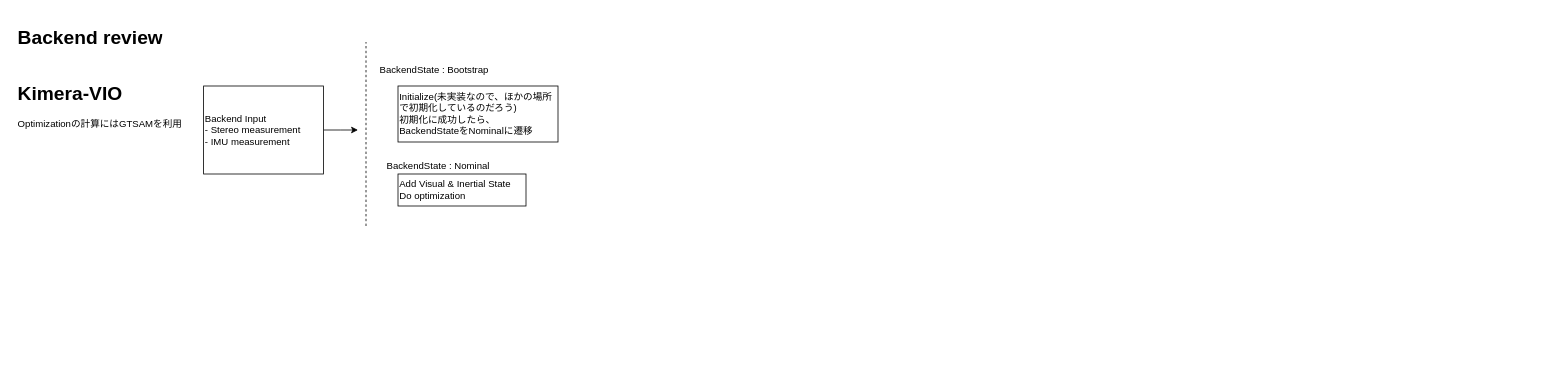
Before: page "Backend review" (3 of 3) of docs/figs/VisionBackend.drawio in eryeden/vi-slam, a draw.io diagram. Source tidied: cells renumbered, new cells numbered last; positions are measured from the earlier drawing's top-left corner, leaving out a move shared by most shapes. Both pictures are drawn from the tidied source at 80%, with x=0, y=0 at pixel (14, 22).
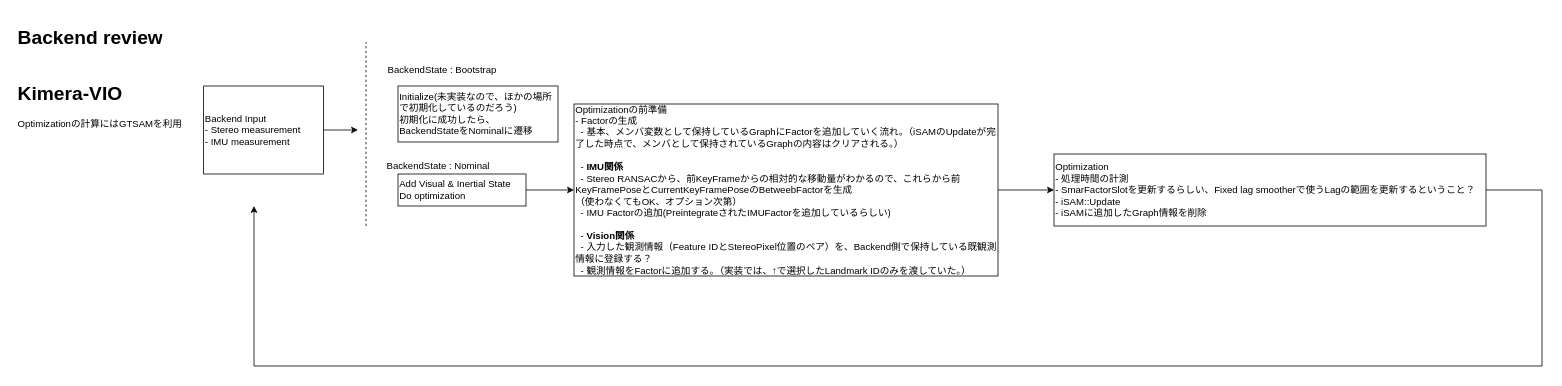
The same page after the edit.

Diff of the diagram source:
```diff
@@
 <mxGraphModel>
   <root>
     <mxCell id="0" />
     <mxCell id="1" parent="0" />
     <mxCell id="2" value="&lt;h1&gt;Backend review&lt;/h1&gt;" style="text;html=1;strokeColor=none;fillColor=none;spacing=5;spacingTop=-20;whiteSpace=wrap;overflow=hidden;rounded=0;" parent="1" vertex="1">
       <mxGeometry width="260" height="40" as="geometry" />
     </mxCell>
     <mxCell id="3" value="&lt;h1&gt;Kimera-VIO&lt;/h1&gt;&lt;p&gt;Optimizationの計算にはGTSAMを利用&lt;/p&gt;" style="text;html=1;strokeColor=none;fillColor=none;spacing=5;spacingTop=-20;whiteSpace=wrap;overflow=hidden;rounded=0;" parent="1" vertex="1">
       <mxGeometry y="70" width="240" height="80" as="geometry" />
     </mxCell>
     <mxCell id="4" style="edgeStyle=orthogonalEdgeStyle;rounded=0;jettySize=auto;html=1;endArrow=classic;endFill=1;fontColor=#000000;" parent="1" edge="1" source="5">
       <mxGeometry relative="1" as="geometry">
         <mxPoint x="430" y="135" as="targetPoint" />
       </mxGeometry>
     </mxCell>
     <mxCell id="5" value="Backend Input&lt;br&gt;- Stereo measurement&lt;br&gt;- IMU measurement" style="rounded=0;whiteSpace=wrap;html=1;fillColor=#FFFFFF;align=left;fontColor=#000000;" parent="1" vertex="1">
       <mxGeometry x="237" y="80" width="150" height="110" as="geometry" />
     </mxCell>
     <mxCell id="6" value="BackendState : Bootstrap" style="text;html=1;align=center;verticalAlign=middle;fontColor=#000000;" parent="1" vertex="1">
-      <mxGeometry x="450" y="50" width="150" height="20" as="geometry" />
+      <mxGeometry x="460" y="50" width="150" height="20" as="geometry" />
     </mxCell>
     <mxCell id="7" value="BackendState : Nominal" style="text;html=1;align=center;verticalAlign=middle;fontColor=#000000;" parent="1" vertex="1">
       <mxGeometry x="460" y="170" width="140" height="20" as="geometry" />
     </mxCell>
     <mxCell id="8" value="Initialize(未実装なので、ほかの場所で初期化しているのだろう)&lt;br&gt;初期化に成功したら、&lt;br&gt;BackendStateをNominalに遷移" style="rounded=0;whiteSpace=wrap;html=1;fillColor=#FFFFFF;align=left;fontColor=#000000;" parent="1" vertex="1">
       <mxGeometry x="480" y="80" width="200" height="70" as="geometry" />
     </mxCell>
+    <mxCell id="11" style="edgeStyle=orthogonalEdgeStyle;rounded=0;jettySize=auto;html=1;endArrow=classic;endFill=1;fontColor=#000000;" parent="1" edge="1" source="9" target="13">
+      <mxGeometry relative="1" as="geometry" />
+    </mxCell>
     <mxCell id="9" value="Add Visual &amp;amp; Inertial State&lt;br&gt;Do optimization" style="rounded=0;whiteSpace=wrap;html=1;fillColor=#FFFFFF;align=left;fontColor=#000000;" parent="1" vertex="1">
       <mxGeometry x="480" y="190" width="160" height="40" as="geometry" />
     </mxCell>
     <mxCell id="10" style="endArrow=none;dashed=1;html=1;fontColor=#000000;" parent="1" edge="1">
       <mxGeometry relative="1" as="geometry">
         <mxPoint x="440" y="255" as="sourcePoint" />
         <mxPoint x="440" y="25" as="targetPoint" />
       </mxGeometry>
     </mxCell>
+    <mxCell id="12" style="edgeStyle=orthogonalEdgeStyle;rounded=0;jettySize=auto;html=1;entryX=0;entryY=0.5;entryDx=0;entryDy=0;endArrow=classic;endFill=1;fontColor=#000000;" parent="1" edge="1" source="13" target="15">
+      <mxGeometry relative="1" as="geometry" />
+    </mxCell>
+    <mxCell id="13" value="Optimizationの前準備&lt;br&gt;- Factorの生成&lt;br&gt;&amp;nbsp; - 基本、メンバ変数として保持しているGraphにFactorを追加していく流れ。（iSAMのUpdateが完了した時点で、メンバとして保持されているGraphの内容はクリアされる。）&lt;br&gt;&amp;nbsp; &lt;br&gt;&amp;nbsp; - &lt;b&gt;IMU関係&lt;/b&gt;&lt;br&gt;&amp;nbsp; - Stereo RANSACから、前KeyFrameからの相対的な移動量がわかるので、これらから前KeyFramePoseとCurrentKeyFramePoseのBetweebFactorを生成&lt;br&gt;（使わなくてもOK、オプション次第）&lt;br&gt;&amp;nbsp; - IMU Factorの追加(PreintegrateされたIMUFactorを追加しているらしい)&lt;br&gt;&lt;br&gt;&amp;nbsp; - &lt;b&gt;Vision関係&lt;br&gt;&lt;/b&gt;&amp;nbsp; - 入力した観測情報（Feature IDとStereoPixel位置のペア）を、Backend側で保持している既観測情報に登録する？&lt;br&gt;&amp;nbsp; - 観測情報をFactorに追加する。（実装では、↑で選択したLandmark IDのみを渡していた。）" style="rounded=0;whiteSpace=wrap;html=1;fillColor=#FFFFFF;align=left;fontColor=#000000;" parent="1" vertex="1">
+      <mxGeometry x="700" y="102.5" width="530" height="215" as="geometry" />
+    </mxCell>
+    <mxCell id="14" style="edgeStyle=orthogonalEdgeStyle;rounded=0;jettySize=auto;html=1;endArrow=classic;endFill=1;fontColor=#000000;" parent="1" edge="1" source="15">
+      <mxGeometry relative="1" as="geometry">
+        <mxPoint x="300" y="230" as="targetPoint" />
+        <Array as="points">
+          <mxPoint x="1910" y="210" />
+          <mxPoint x="1910" y="430" />
+          <mxPoint x="300" y="430" />
+        </Array>
+      </mxGeometry>
+    </mxCell>
+    <mxCell id="15" value="Optimization&lt;br&gt;- 処理時間の計測&lt;br&gt;- SmarFactorSlotを更新するらしい、Fixed lag smootherで使うLagの範囲を更新するということ？&lt;br&gt;- iSAM::Update&lt;br&gt;- iSAMに追加したGraph情報を削除" style="rounded=0;whiteSpace=wrap;html=1;fillColor=#FFFFFF;align=left;fontColor=#000000;" parent="1" vertex="1">
+      <mxGeometry x="1300" y="165" width="540" height="90" as="geometry" />
+    </mxCell>
   </root>
 </mxGraphModel>
```
